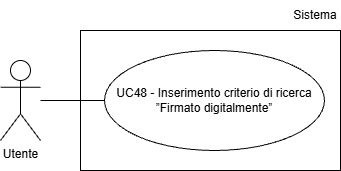
Earlier version of the draw.io export assets/Use_Case_Diagrams/UC48.png (Team-Three-Technologies/Documenti). Source tidied: cells renumbered, new cells last; positions are measured from the earlier drawing's top-left corner, leaving out a move shared by most shapes.
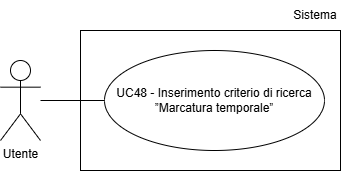
The same file after the commit.

What changed in the source:
```diff
@@ -5,14 +5,14 @@
     <mxCell id="2" value="Utente" style="shape=umlActor;verticalLabelPosition=bottom;verticalAlign=top;html=1;" parent="1" vertex="1">
       <mxGeometry y="60" width="40" height="80" as="geometry" />
     </mxCell>
-    <mxCell id="3" value="UC48 - Inserimento criterio di ricerca ”Firmato digitalmente”" style="ellipse;whiteSpace=wrap;html=1;align=center;" parent="1" vertex="1">
-      <mxGeometry x="104" y="50" width="220" height="100" as="geometry" />
-    </mxCell>
-    <mxCell id="4" style="endArrow=none;html=1;rounded=0;entryX=0;entryY=0.5;entryDx=0;entryDy=0;" parent="1" edge="1" target="3">
-      <mxGeometry relative="1" as="geometry">
-        <mxPoint x="40" y="100" as="sourcePoint" />
-      </mxGeometry>
-    </mxCell>
+    <mxCell id="7" value="UC48 - Inserimento criterio di ricerca ”Marcatura temporale”" style="ellipse;whiteSpace=wrap;html=1;align=center;" parent="1" vertex="1">
+      <mxGeometry x="104" y="50" width="220" height="100" as="geometry" />
+    </mxCell>
+    <mxCell id="8" style="endArrow=none;html=1;rounded=0;entryX=0;entryY=0.5;entryDx=0;entryDy=0;" parent="1" edge="1" target="7">
+      <mxGeometry relative="1" as="geometry">
+        <mxPoint x="40" y="100" as="sourcePoint" />
+      </mxGeometry>
+    </mxCell>
     <mxCell id="5" style="rounded=0;whiteSpace=wrap;html=1;fillColor=none;" parent="1" vertex="1">
       <mxGeometry x="80" y="30" width="260" height="140" as="geometry" />
     </mxCell>
```
